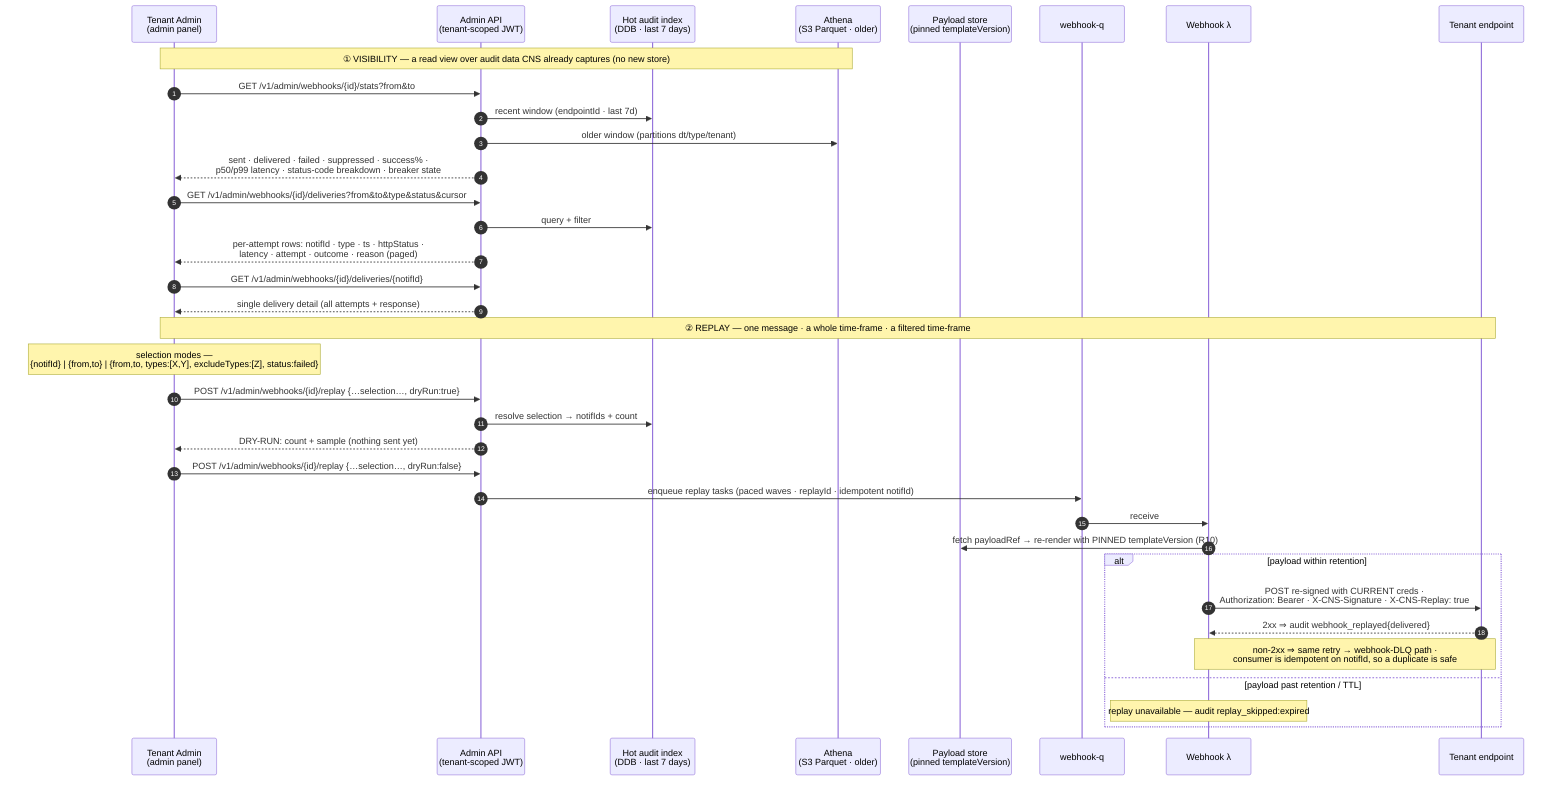
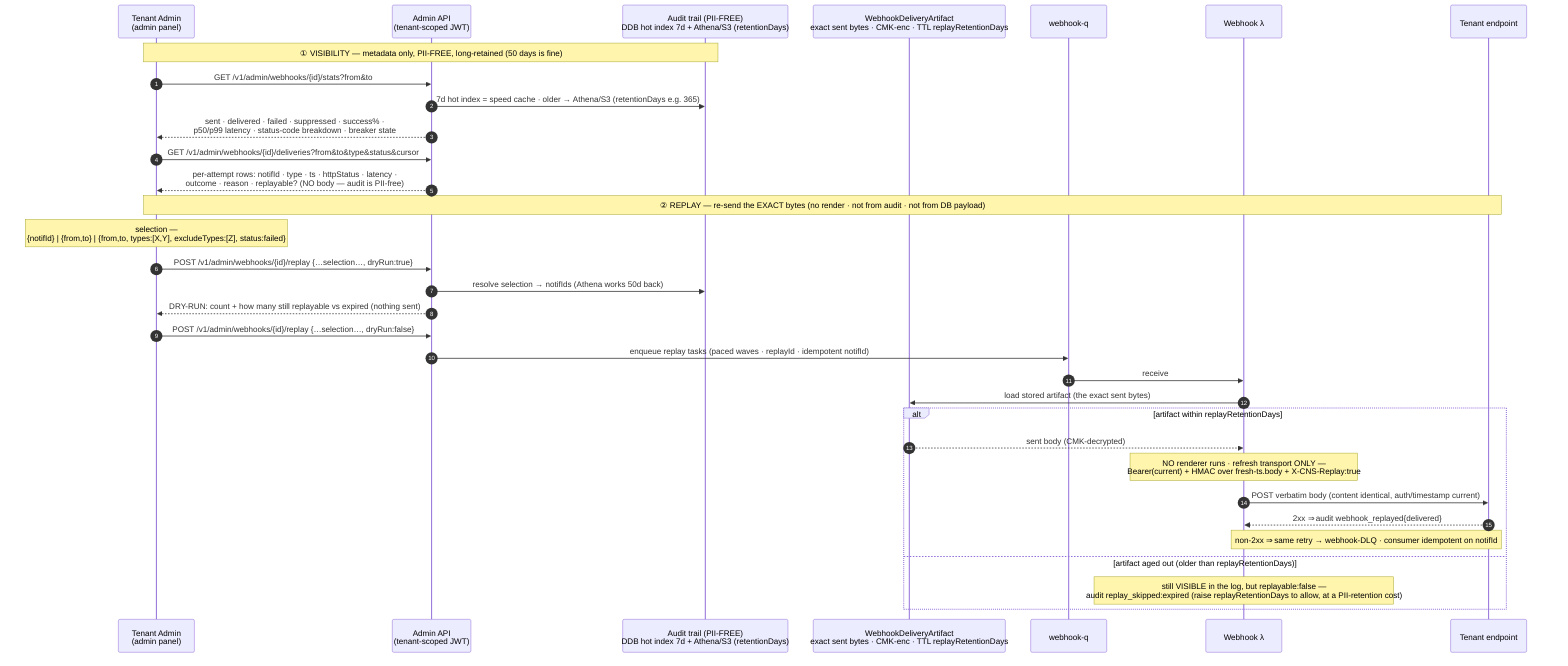
sequenceDiagram
    autonumber
    participant AD as Tenant Admin<br/>(admin panel)
    participant API as Admin API<br/>(tenant-scoped JWT)
-     participant HOT as Hot audit index<br/>(DDB · last 7 days)
-     participant ATH as Athena<br/>(S3 Parquet · older)
-     participant PS as Payload store<br/>(pinned templateVersion)
+     participant HOT as Audit trail (PII-FREE)<br/>DDB hot index 7d + Athena/S3 (retentionDays)
+     participant ART as WebhookDeliveryArtifact<br/>exact sent bytes · CMK-enc · TTL replayRetentionDays
    participant WQ as webhook-q
    participant WH as Webhook λ
    participant EP as Tenant endpoint

-     Note over AD,ATH: ① VISIBILITY — a read view over audit data CNS already captures (no new store)
+     Note over AD,HOT: ① VISIBILITY — metadata only, PII-FREE, long-retained (50 days is fine)
    AD->>API: GET /v1/admin/webhooks/{id}/stats?from&to
-     API->>HOT: recent window (endpointId · last 7d)
-     API->>ATH: older window (partitions dt/type/tenant)
+     API->>HOT: 7d hot index = speed cache · older → Athena/S3 (retentionDays e.g. 365)
    API-->>AD: sent · delivered · failed · suppressed · success% ·<br/>p50/p99 latency · status-code breakdown · breaker state
    AD->>API: GET /v1/admin/webhooks/{id}/deliveries?from&to&type&status&cursor
-     API->>HOT: query + filter
-     API-->>AD: per-attempt rows: notifId · type · ts · httpStatus ·<br/>latency · attempt · outcome · reason (paged)
-     AD->>API: GET /v1/admin/webhooks/{id}/deliveries/{notifId}
-     API-->>AD: single delivery detail (all attempts + response)
+     API-->>AD: per-attempt rows: notifId · type · ts · httpStatus · latency ·<br/>outcome · reason · replayable? (NO body — audit is PII-free)

-     Note over AD,EP: ② REPLAY — one message · a whole time-frame · a filtered time-frame
-     Note over AD: selection modes —<br/>{notifId} | {from,to} | {from,to, types:[X,Y], excludeTypes:[Z], status:failed}
+     Note over AD,EP: ② REPLAY — re-send the EXACT bytes (no render · not from audit · not from DB payload)
+     Note over AD: selection —<br/>{notifId} | {from,to} | {from,to, types:[X,Y], excludeTypes:[Z], status:failed}
    AD->>API: POST /v1/admin/webhooks/{id}/replay {…selection…, dryRun:true}
-     API->>HOT: resolve selection → notifIds + count
-     API-->>AD: DRY-RUN: count + sample (nothing sent yet)
+     API->>HOT: resolve selection → notifIds (Athena works 50d back)
+     API-->>AD: DRY-RUN: count + how many still replayable vs expired (nothing sent)
    AD->>API: POST /v1/admin/webhooks/{id}/replay {…selection…, dryRun:false}
    API->>WQ: enqueue replay tasks (paced waves · replayId · idempotent notifId)
    WQ->>WH: receive
-     WH->>PS: fetch payloadRef → re-render with PINNED templateVersion (R10)
-     alt payload within retention
-         WH->>EP: POST re-signed with CURRENT creds ·<br/>Authorization: Bearer · X-CNS-Signature · X-CNS-Replay: true
+     WH->>ART: load stored artifact (the exact sent bytes)
+     alt artifact within replayRetentionDays
+         ART-->>WH: sent body (CMK-decrypted)
+         Note over WH: NO renderer runs · refresh transport ONLY —<br/>Bearer(current) + HMAC over fresh-ts.body + X-CNS-Replay:true
+         WH->>EP: POST verbatim body (content identical, auth/timestamp current)
        EP-->>WH: 2xx ⇒ audit webhook_replayed{delivered}
-         Note over WH,EP: non-2xx ⇒ same retry → webhook-DLQ path ·<br/>consumer is idempotent on notifId, so a duplicate is safe
-     else payload past retention / TTL
-         Note over WH: replay unavailable — audit replay_skipped:expired
+         Note over WH,EP: non-2xx ⇒ same retry → webhook-DLQ · consumer idempotent on notifId
+     else artifact aged out (older than replayRetentionDays)
+         Note over WH: still VISIBLE in the log, but replayable:false —<br/>audit replay_skipped:expired (raise replayRetentionDays to allow, at a PII-retention cost)
    end
